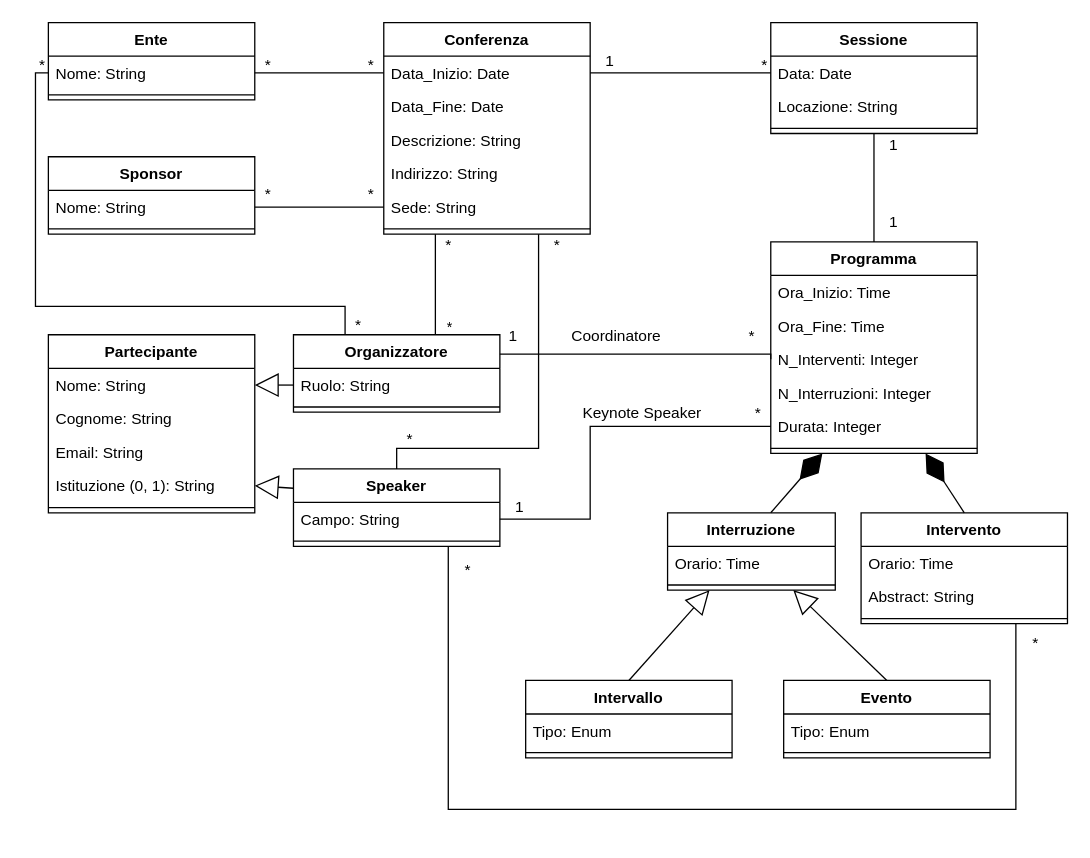
Before: page "DiagrammaNonRistrutturato" (1 of 2) of UML-DB/Conferenze.drawio in LeoCucurachi/GestioneConferenze, a draw.io diagram. Source tidied: cells renumbered, new cells numbered last; positions are measured from the earlier drawing's top-left corner, leaving out a move shared by most shapes. Both pictures are drawn from the tidied source at 129%, with x=0, y=0 at pixel (22, 22).
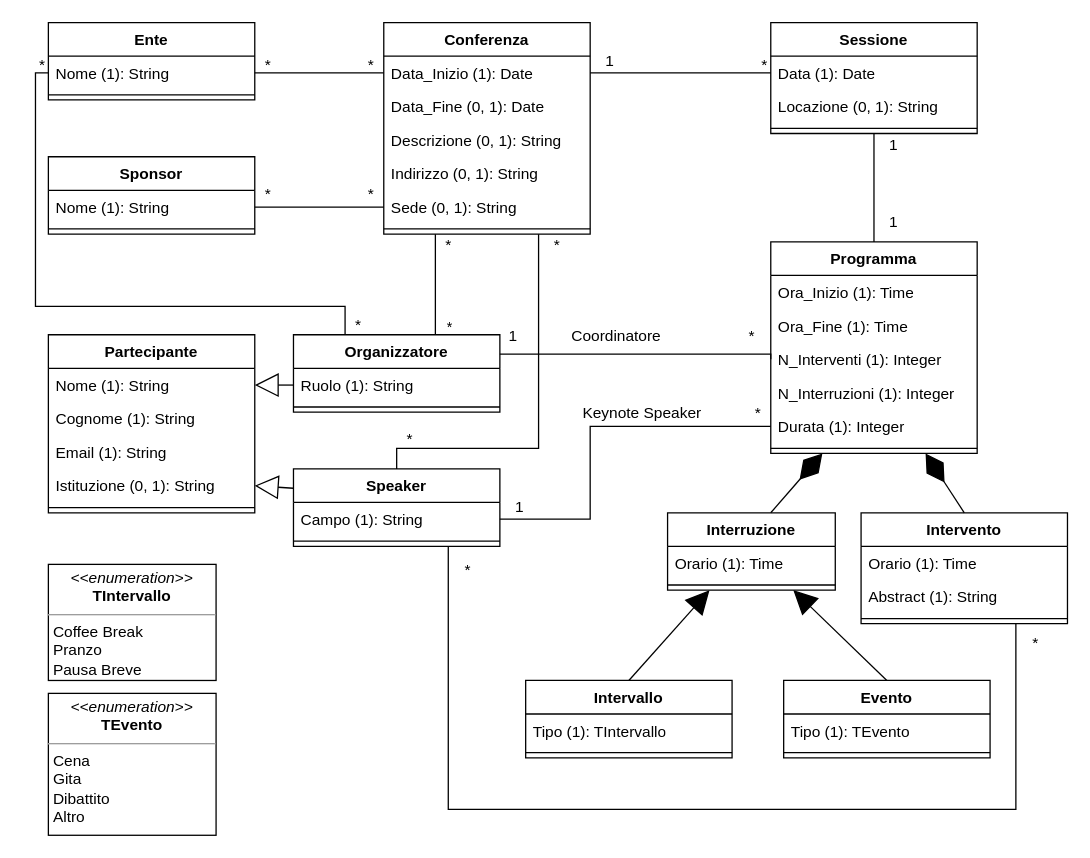
The same page after the edit.

The change refers to these unchanged cells:
```xml
<mxCell id="2" value="Conferenza" style="swimlane;fontStyle=1;align=center;verticalAlign=top;horizontal=1;startSize=26;whiteSpace=wrap;html=1;" parent="1" vertex="1">
  <mxGeometry x="280" width="160" height="164" as="geometry" />
</mxCell>
<mxCell id="9" value="Ente" style="swimlane;fontStyle=1;align=center;verticalAlign=top;horizontal=1;startSize=26;whiteSpace=wrap;html=1;" parent="1" vertex="1">
  <mxGeometry x="20" width="160" height="60" as="geometry" />
</mxCell>
<mxCell id="12" value="Sponsor" style="swimlane;fontStyle=1;align=center;verticalAlign=top;horizontal=1;startSize=26;whiteSpace=wrap;html=1;" parent="1" vertex="1">
  <mxGeometry x="20" y="104" width="160" height="60" as="geometry" />
</mxCell>
<mxCell id="15" value="Partecipante" style="swimlane;fontStyle=1;align=center;verticalAlign=top;horizontal=1;startSize=26;whiteSpace=wrap;html=1;" parent="1" vertex="1">
  <mxGeometry x="20" y="242" width="160" height="138" as="geometry" />
</mxCell>
<mxCell id="22" value="Speaker" style="swimlane;fontStyle=1;align=center;verticalAlign=top;horizontal=1;startSize=26;whiteSpace=wrap;html=1;" parent="1" vertex="1">
  <mxGeometry x="210" y="346" width="160" height="60" as="geometry" />
</mxCell>
<mxCell id="27" value="Organizzatore" style="swimlane;fontStyle=1;align=center;verticalAlign=top;horizontal=1;startSize=26;whiteSpace=wrap;html=1;" parent="1" vertex="1">
  <mxGeometry x="210" y="242" width="160" height="60" as="geometry" />
</mxCell>
<mxCell id="31" value="Sessione" style="swimlane;fontStyle=1;align=center;verticalAlign=top;horizontal=1;startSize=26;whiteSpace=wrap;html=1;" parent="1" vertex="1">
  <mxGeometry x="580" width="160" height="86" as="geometry" />
</mxCell>
<mxCell id="35" value="Programma" style="swimlane;fontStyle=1;align=center;verticalAlign=top;horizontal=1;startSize=26;whiteSpace=wrap;html=1;" parent="1" vertex="1">
  <mxGeometry x="580" y="170" width="160" height="164" as="geometry" />
</mxCell>
<mxCell id="42" value="Interruzione" style="swimlane;fontStyle=1;align=center;verticalAlign=top;horizontal=1;startSize=26;whiteSpace=wrap;html=1;" parent="1" vertex="1">
  <mxGeometry x="500" y="380" width="130" height="60" as="geometry" />
</mxCell>
<mxCell id="46" value="Intervallo" style="swimlane;fontStyle=1;align=center;verticalAlign=top;horizontal=1;startSize=26;whiteSpace=wrap;html=1;" parent="1" vertex="1">
  <mxGeometry x="390" y="510" width="160" height="60" as="geometry" />
</mxCell>
<mxCell id="49" value="Evento" style="swimlane;fontStyle=1;align=center;verticalAlign=top;horizontal=1;startSize=26;whiteSpace=wrap;html=1;" parent="1" vertex="1">
  <mxGeometry x="590" y="510" width="160" height="60" as="geometry" />
</mxCell>
<mxCell id="52" value="Intervento" style="swimlane;fontStyle=1;align=center;verticalAlign=top;horizontal=1;startSize=26;whiteSpace=wrap;html=1;" parent="1" vertex="1">
  <mxGeometry x="650" y="380" width="160" height="86" as="geometry" />
</mxCell>
```

The edit, as a diff of the source:
```diff
@@
-    <mxCell id="3" value="Data_Inizio: Date" style="text;strokeColor=none;fillColor=none;align=left;verticalAlign=top;spacingLeft=4;spacingRight=4;overflow=hidden;points=[[0,0.5],[1,0.5]];portConstraint=eastwest;whiteSpace=wrap;html=1;" parent="2" vertex="1">
+    <mxCell id="3" value="Data_Inizio (1): Date" style="text;strokeColor=none;fillColor=none;align=left;verticalAlign=top;spacingLeft=4;spacingRight=4;overflow=hidden;points=[[0,0.5],[1,0.5]];portConstraint=eastwest;whiteSpace=wrap;html=1;" parent="2" vertex="1">
       <mxGeometry y="26" width="160" height="26" as="geometry" />
     </mxCell>
-    <mxCell id="4" value="Data_Fine: Date" style="text;strokeColor=none;fillColor=none;align=left;verticalAlign=top;spacingLeft=4;spacingRight=4;overflow=hidden;whiteSpace=wrap;html=1;" parent="2" vertex="1">
+    <mxCell id="4" value="Data_Fine (0, 1): Date" style="text;strokeColor=none;fillColor=none;align=left;verticalAlign=top;spacingLeft=4;spacingRight=4;overflow=hidden;whiteSpace=wrap;html=1;" parent="2" vertex="1">
       <mxGeometry y="52" width="160" height="26" as="geometry" />
     </mxCell>
-    <mxCell id="5" value="Descrizione: String" style="text;strokeColor=none;fillColor=none;align=left;verticalAlign=top;spacingLeft=4;spacingRight=4;overflow=hidden;whiteSpace=wrap;html=1;" parent="2" vertex="1">
+    <mxCell id="5" value="Descrizione (0, 1): String" style="text;strokeColor=none;fillColor=none;align=left;verticalAlign=top;spacingLeft=4;spacingRight=4;overflow=hidden;whiteSpace=wrap;html=1;" parent="2" vertex="1">
       <mxGeometry y="78" width="160" height="26" as="geometry" />
     </mxCell>
-    <mxCell id="6" value="Indirizzo: String" style="text;strokeColor=none;fillColor=none;align=left;verticalAlign=top;spacingLeft=4;spacingRight=4;overflow=hidden;whiteSpace=wrap;html=1;" parent="2" vertex="1">
+    <mxCell id="6" value="Indirizzo (0, 1): String" style="text;strokeColor=none;fillColor=none;align=left;verticalAlign=top;spacingLeft=4;spacingRight=4;overflow=hidden;whiteSpace=wrap;html=1;" parent="2" vertex="1">
       <mxGeometry y="104" width="160" height="26" as="geometry" />
     </mxCell>
-    <mxCell id="7" value="Sede: String" style="text;strokeColor=none;fillColor=none;align=left;verticalAlign=top;spacingLeft=4;spacingRight=4;overflow=hidden;points=[[0,0.5],[1,0.5]];portConstraint=eastwest;whiteSpace=wrap;html=1;" parent="2" vertex="1">
+    <mxCell id="7" value="Sede (0, 1): String" style="text;strokeColor=none;fillColor=none;align=left;verticalAlign=top;spacingLeft=4;spacingRight=4;overflow=hidden;points=[[0,0.5],[1,0.5]];portConstraint=eastwest;whiteSpace=wrap;html=1;" parent="2" vertex="1">
       <mxGeometry y="130" width="160" height="26" as="geometry" />
     </mxCell>
@@
-    <mxCell id="10" value="Nome: String" style="text;strokeColor=none;fillColor=none;align=left;verticalAlign=top;spacingLeft=4;spacingRight=4;overflow=hidden;points=[[0,0.5],[1,0.5]];portConstraint=eastwest;whiteSpace=wrap;html=1;" parent="9" vertex="1">
+    <mxCell id="10" value="Nome (1): String" style="text;strokeColor=none;fillColor=none;align=left;verticalAlign=top;spacingLeft=4;spacingRight=4;overflow=hidden;points=[[0,0.5],[1,0.5]];portConstraint=eastwest;whiteSpace=wrap;html=1;" parent="9" vertex="1">
       <mxGeometry y="26" width="160" height="26" as="geometry" />
     </mxCell>
@@
-    <mxCell id="13" value="Nome: String" style="text;strokeColor=none;fillColor=none;align=left;verticalAlign=top;spacingLeft=4;spacingRight=4;overflow=hidden;points=[[0,0.5],[1,0.5]];portConstraint=eastwest;whiteSpace=wrap;html=1;" parent="12" vertex="1">
+    <mxCell id="13" value="Nome (1): String" style="text;strokeColor=none;fillColor=none;align=left;verticalAlign=top;spacingLeft=4;spacingRight=4;overflow=hidden;points=[[0,0.5],[1,0.5]];portConstraint=eastwest;whiteSpace=wrap;html=1;" parent="12" vertex="1">
       <mxGeometry y="26" width="160" height="26" as="geometry" />
     </mxCell>
@@
-    <mxCell id="16" value="Nome: String" style="text;strokeColor=none;fillColor=none;align=left;verticalAlign=top;spacingLeft=4;spacingRight=4;overflow=hidden;points=[[0,0.5],[1,0.5]];portConstraint=eastwest;whiteSpace=wrap;html=1;" parent="15" vertex="1">
+    <mxCell id="16" value="Nome (1): String" style="text;strokeColor=none;fillColor=none;align=left;verticalAlign=top;spacingLeft=4;spacingRight=4;overflow=hidden;points=[[0,0.5],[1,0.5]];portConstraint=eastwest;whiteSpace=wrap;html=1;" parent="15" vertex="1">
       <mxGeometry y="26" width="160" height="26" as="geometry" />
     </mxCell>
-    <mxCell id="17" value="Cognome: String" style="text;strokeColor=none;fillColor=none;align=left;verticalAlign=top;spacingLeft=4;spacingRight=4;overflow=hidden;whiteSpace=wrap;html=1;" parent="15" vertex="1">
+    <mxCell id="17" value="Cognome (1): String" style="text;strokeColor=none;fillColor=none;align=left;verticalAlign=top;spacingLeft=4;spacingRight=4;overflow=hidden;whiteSpace=wrap;html=1;" parent="15" vertex="1">
       <mxGeometry y="52" width="160" height="26" as="geometry" />
     </mxCell>
-    <mxCell id="18" value="Email: String" style="text;strokeColor=none;fillColor=none;align=left;verticalAlign=top;spacingLeft=4;spacingRight=4;overflow=hidden;whiteSpace=wrap;html=1;" parent="15" vertex="1">
+    <mxCell id="18" value="Email (1): String" style="text;strokeColor=none;fillColor=none;align=left;verticalAlign=top;spacingLeft=4;spacingRight=4;overflow=hidden;whiteSpace=wrap;html=1;" parent="15" vertex="1">
       <mxGeometry y="78" width="160" height="26" as="geometry" />
     </mxCell>
@@
-    <mxCell id="23" value="Campo: String" style="text;strokeColor=none;fillColor=none;align=left;verticalAlign=top;spacingLeft=4;spacingRight=4;overflow=hidden;points=[[0,0.5],[1,0.5]];portConstraint=eastwest;whiteSpace=wrap;html=1;" parent="22" vertex="1">
+    <mxCell id="23" value="Campo (1): String" style="text;strokeColor=none;fillColor=none;align=left;verticalAlign=top;spacingLeft=4;spacingRight=4;overflow=hidden;points=[[0,0.5],[1,0.5]];portConstraint=eastwest;whiteSpace=wrap;html=1;" parent="22" vertex="1">
       <mxGeometry y="26" width="160" height="26" as="geometry" />
     </mxCell>
@@
-    <mxCell id="28" value="Ruolo: String" style="text;strokeColor=none;fillColor=none;align=left;verticalAlign=top;spacingLeft=4;spacingRight=4;overflow=hidden;points=[[0,0.5],[1,0.5]];portConstraint=eastwest;whiteSpace=wrap;html=1;" parent="27" vertex="1">
+    <mxCell id="28" value="Ruolo (1): String" style="text;strokeColor=none;fillColor=none;align=left;verticalAlign=top;spacingLeft=4;spacingRight=4;overflow=hidden;points=[[0,0.5],[1,0.5]];portConstraint=eastwest;whiteSpace=wrap;html=1;" parent="27" vertex="1">
       <mxGeometry y="26" width="160" height="26" as="geometry" />
     </mxCell>
@@
-    <mxCell id="32" value="Data: Date" style="text;strokeColor=none;fillColor=none;align=left;verticalAlign=top;spacingLeft=4;spacingRight=4;overflow=hidden;points=[[0,0.5],[1,0.5]];portConstraint=eastwest;whiteSpace=wrap;html=1;" parent="31" vertex="1">
+    <mxCell id="32" value="Data (1): Date" style="text;strokeColor=none;fillColor=none;align=left;verticalAlign=top;spacingLeft=4;spacingRight=4;overflow=hidden;points=[[0,0.5],[1,0.5]];portConstraint=eastwest;whiteSpace=wrap;html=1;" parent="31" vertex="1">
       <mxGeometry y="26" width="160" height="26" as="geometry" />
     </mxCell>
-    <mxCell id="33" value="Locazione: String" style="text;strokeColor=none;fillColor=none;align=left;verticalAlign=top;spacingLeft=4;spacingRight=4;overflow=hidden;whiteSpace=wrap;html=1;" parent="31" vertex="1">
+    <mxCell id="33" value="Locazione (0, 1): String" style="text;strokeColor=none;fillColor=none;align=left;verticalAlign=top;spacingLeft=4;spacingRight=4;overflow=hidden;whiteSpace=wrap;html=1;" parent="31" vertex="1">
       <mxGeometry y="52" width="160" height="26" as="geometry" />
     </mxCell>
@@
-    <mxCell id="36" value="Ora_Inizio: Time" style="text;strokeColor=none;fillColor=none;align=left;verticalAlign=top;spacingLeft=4;spacingRight=4;overflow=hidden;whiteSpace=wrap;html=1;" parent="35" vertex="1">
+    <mxCell id="36" value="Ora_Inizio (1): Time" style="text;strokeColor=none;fillColor=none;align=left;verticalAlign=top;spacingLeft=4;spacingRight=4;overflow=hidden;whiteSpace=wrap;html=1;" parent="35" vertex="1">
       <mxGeometry y="26" width="160" height="26" as="geometry" />
     </mxCell>
-    <mxCell id="37" value="Ora_Fine: Time" style="text;strokeColor=none;fillColor=none;align=left;verticalAlign=top;spacingLeft=4;spacingRight=4;overflow=hidden;whiteSpace=wrap;html=1;" parent="35" vertex="1">
+    <mxCell id="37" value="Ora_Fine (1): Time" style="text;strokeColor=none;fillColor=none;align=left;verticalAlign=top;spacingLeft=4;spacingRight=4;overflow=hidden;whiteSpace=wrap;html=1;" parent="35" vertex="1">
       <mxGeometry y="52" width="160" height="26" as="geometry" />
     </mxCell>
-    <mxCell id="38" value="N_Interventi: Integer" style="text;strokeColor=none;fillColor=none;align=left;verticalAlign=top;spacingLeft=4;spacingRight=4;overflow=hidden;points=[[0,0.5],[1,0.5]];portConstraint=eastwest;whiteSpace=wrap;html=1;" parent="35" vertex="1">
+    <mxCell id="38" value="N_Interventi (1): Integer" style="text;strokeColor=none;fillColor=none;align=left;verticalAlign=top;spacingLeft=4;spacingRight=4;overflow=hidden;points=[[0,0.5],[1,0.5]];portConstraint=eastwest;whiteSpace=wrap;html=1;" parent="35" vertex="1">
       <mxGeometry y="78" width="160" height="26" as="geometry" />
     </mxCell>
-    <mxCell id="39" value="N_Interruzioni: Integer" style="text;strokeColor=none;fillColor=none;align=left;verticalAlign=top;spacingLeft=4;spacingRight=4;overflow=hidden;whiteSpace=wrap;html=1;" parent="35" vertex="1">
+    <mxCell id="39" value="N_Interruzioni (1): Integer" style="text;strokeColor=none;fillColor=none;align=left;verticalAlign=top;spacingLeft=4;spacingRight=4;overflow=hidden;whiteSpace=wrap;html=1;" parent="35" vertex="1">
       <mxGeometry y="104" width="160" height="26" as="geometry" />
     </mxCell>
-    <mxCell id="40" value="Durata: Integer" style="text;strokeColor=none;fillColor=none;align=left;verticalAlign=top;spacingLeft=4;spacingRight=4;overflow=hidden;points=[[0,0.5],[1,0.5]];portConstraint=eastwest;whiteSpace=wrap;html=1;" parent="35" vertex="1">
+    <mxCell id="40" value="Durata (1): Integer" style="text;strokeColor=none;fillColor=none;align=left;verticalAlign=top;spacingLeft=4;spacingRight=4;overflow=hidden;points=[[0,0.5],[1,0.5]];portConstraint=eastwest;whiteSpace=wrap;html=1;" parent="35" vertex="1">
       <mxGeometry y="130" width="160" height="26" as="geometry" />
     </mxCell>
@@
-    <mxCell id="44" value="Orario: Time" style="text;strokeColor=none;fillColor=none;align=left;verticalAlign=top;spacingLeft=4;spacingRight=4;overflow=hidden;whiteSpace=wrap;html=1;" parent="42" vertex="1">
+    <mxCell id="44" value="Orario (1): Time" style="text;strokeColor=none;fillColor=none;align=left;verticalAlign=top;spacingLeft=4;spacingRight=4;overflow=hidden;whiteSpace=wrap;html=1;" parent="42" vertex="1">
       <mxGeometry y="26" width="130" height="26" as="geometry" />
     </mxCell>
@@
-    <mxCell id="47" value="Tipo: Enum" style="text;strokeColor=none;fillColor=none;align=left;verticalAlign=top;spacingLeft=4;spacingRight=4;overflow=hidden;whiteSpace=wrap;html=1;" parent="46" vertex="1">
+    <mxCell id="47" value="Tipo (1): TIntervallo" style="text;strokeColor=none;fillColor=none;align=left;verticalAlign=top;spacingLeft=4;spacingRight=4;overflow=hidden;whiteSpace=wrap;html=1;" parent="46" vertex="1">
       <mxGeometry y="26" width="160" height="26" as="geometry" />
     </mxCell>
@@
-    <mxCell id="50" value="Tipo: Enum" style="text;strokeColor=none;fillColor=none;align=left;verticalAlign=top;spacingLeft=4;spacingRight=4;overflow=hidden;whiteSpace=wrap;html=1;" parent="49" vertex="1">
+    <mxCell id="50" value="Tipo (1): TEvento" style="text;strokeColor=none;fillColor=none;align=left;verticalAlign=top;spacingLeft=4;spacingRight=4;overflow=hidden;whiteSpace=wrap;html=1;" parent="49" vertex="1">
       <mxGeometry y="26" width="160" height="26" as="geometry" />
     </mxCell>
@@
-    <mxCell id="54" value="Orario: Time" style="text;strokeColor=none;fillColor=none;align=left;verticalAlign=top;spacingLeft=4;spacingRight=4;overflow=hidden;whiteSpace=wrap;html=1;" parent="52" vertex="1">
+    <mxCell id="54" value="Orario (1): Time" style="text;strokeColor=none;fillColor=none;align=left;verticalAlign=top;spacingLeft=4;spacingRight=4;overflow=hidden;whiteSpace=wrap;html=1;" parent="52" vertex="1">
       <mxGeometry y="26" width="160" height="26" as="geometry" />
     </mxCell>
-    <mxCell id="55" value="Abstract: String" style="text;strokeColor=none;fillColor=none;align=left;verticalAlign=top;spacingLeft=4;spacingRight=4;overflow=hidden;whiteSpace=wrap;html=1;" parent="52" vertex="1">
+    <mxCell id="55" value="Abstract (1): String" style="text;strokeColor=none;fillColor=none;align=left;verticalAlign=top;spacingLeft=4;spacingRight=4;overflow=hidden;whiteSpace=wrap;html=1;" parent="52" vertex="1">
       <mxGeometry y="52" width="160" height="26" as="geometry" />
     </mxCell>
@@
-    <mxCell id="68" style="endArrow=block;endSize=16;endFill=0;html=1;rounded=0;entryX=0.25;entryY=1;entryDx=0;entryDy=0;exitX=0.5;exitY=0;exitDx=0;exitDy=0;" parent="1" edge="1" source="46" target="42">
+    <mxCell id="68" style="endArrow=block;endSize=16;endFill=1;html=1;rounded=0;entryX=0.25;entryY=1;entryDx=0;entryDy=0;exitX=0.5;exitY=0;exitDx=0;exitDy=0;" parent="1" edge="1" source="46" target="42">
       <mxGeometry relative="1" as="geometry" />
     </mxCell>
-    <mxCell id="69" style="endArrow=block;endSize=16;endFill=0;html=1;rounded=0;entryX=0.75;entryY=1;entryDx=0;entryDy=0;exitX=0.5;exitY=0;exitDx=0;exitDy=0;" parent="1" edge="1" source="49" target="42">
+    <mxCell id="69" style="endArrow=block;endSize=16;endFill=1;html=1;rounded=0;entryX=0.75;entryY=1;entryDx=0;entryDy=0;exitX=0.5;exitY=0;exitDx=0;exitDy=0;" parent="1" edge="1" source="49" target="42">
       <mxGeometry relative="1" as="geometry" />
     </mxCell>
@@
+    <mxCell id="89" value="&lt;p style=&quot;margin:0px;margin-top:4px;text-align:center;&quot;&gt;&lt;i&gt;&amp;lt;&amp;lt;enumeration&amp;gt;&amp;gt;&lt;/i&gt;&lt;br&gt;&lt;b&gt;TIntervallo&lt;/b&gt;&lt;br&gt;&lt;/p&gt;&lt;hr size=&quot;1&quot;&gt;&lt;p style=&quot;margin:0px;margin-left:4px;&quot;&gt;Coffee Break&lt;/p&gt;&lt;p style=&quot;margin:0px;margin-left:4px;&quot;&gt;Pranzo&lt;/p&gt;&lt;p style=&quot;margin:0px;margin-left:4px;&quot;&gt;Pausa Breve&lt;/p&gt;" style="verticalAlign=top;align=left;overflow=fill;fontSize=12;fontFamily=Helvetica;html=1;whiteSpace=wrap;" parent="1" vertex="1">
+      <mxGeometry x="20" y="420" width="130" height="90" as="geometry" />
+    </mxCell>
+    <mxCell id="90" value="&lt;p style=&quot;margin:0px;margin-top:4px;text-align:center;&quot;&gt;&lt;i&gt;&amp;lt;&amp;lt;enumeration&amp;gt;&amp;gt;&lt;/i&gt;&lt;br&gt;&lt;b&gt;TEvento&lt;/b&gt;&lt;br&gt;&lt;/p&gt;&lt;hr size=&quot;1&quot;&gt;&lt;p style=&quot;margin:0px;margin-left:4px;&quot;&gt;Cena&lt;/p&gt;&lt;p style=&quot;margin:0px;margin-left:4px;&quot;&gt;Gita&lt;/p&gt;&lt;p style=&quot;margin:0px;margin-left:4px;&quot;&gt;Dibattito&lt;/p&gt;&lt;p style=&quot;margin:0px;margin-left:4px;&quot;&gt;Altro&lt;/p&gt;" style="verticalAlign=top;align=left;overflow=fill;fontSize=12;fontFamily=Helvetica;html=1;whiteSpace=wrap;" parent="1" vertex="1">
+      <mxGeometry x="20" y="520" width="130" height="110" as="geometry" />
+    </mxCell>
```
